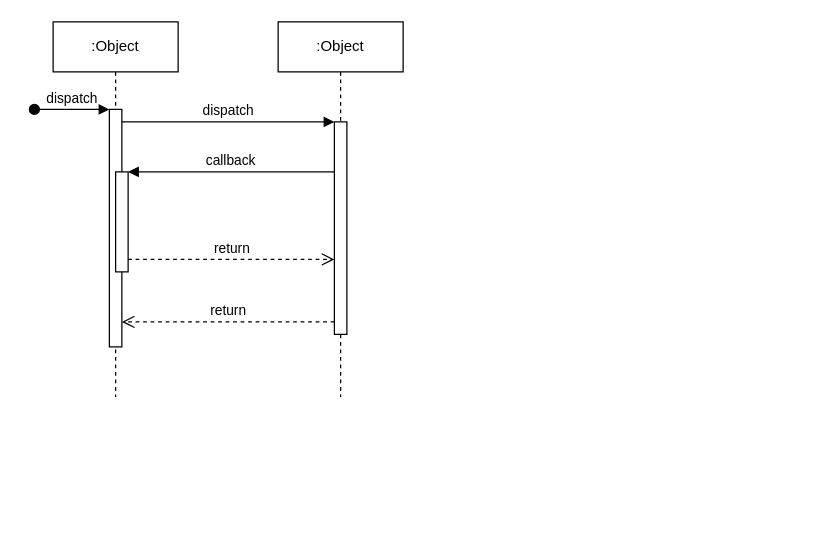
This is src/main/resources/deliverables/Acceso al gioco.drawio from matteovignocchi/ing-sw-2025-Vignocchi-Nedina-LoConte-LaVecchia, a draw.io file, before an edit. Source tidied: cells renumbered, new cells numbered last; positions are measured from the earlier drawing's top-left corner, leaving out a move shared by most shapes. Both pictures are drawn from the tidied source at 125%, with x=0, y=0 at pixel (34, 21).
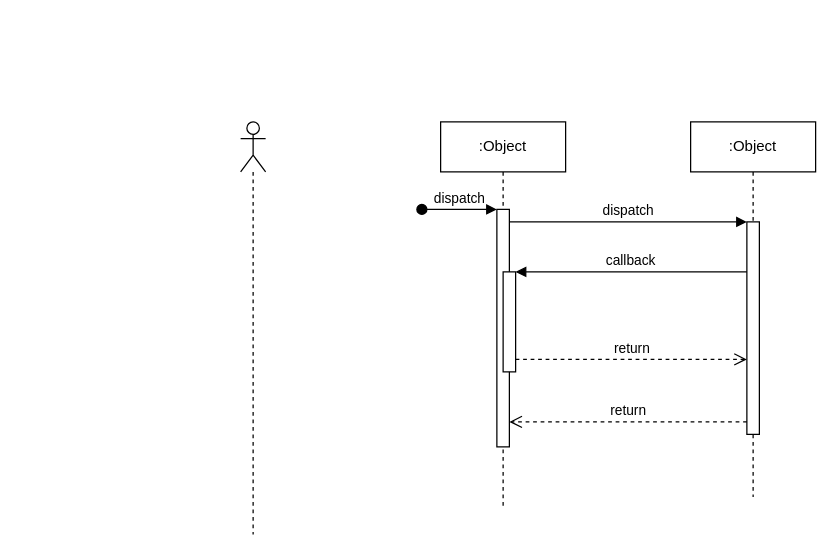
After the change.

Diff of the diagram source:
```diff
@@
 <mxGraphModel>
   <root>
     <mxCell id="0" />
     <mxCell id="1" parent="0" />
     <mxCell id="2" value=":Object" style="shape=umlLifeline;perimeter=lifelinePerimeter;whiteSpace=wrap;html=1;newEdgeStyle={&quot;edgeStyle&quot;:&quot;elbowEdgeStyle&quot;,&quot;elbow&quot;:&quot;vertical&quot;,&quot;curved&quot;:0,&quot;rounded&quot;:0};" parent="1" vertex="1">
-      <mxGeometry x="15" width="100" height="300" as="geometry" />
+      <mxGeometry x="325" y="80" width="100" height="310" as="geometry" />
     </mxCell>
     <mxCell id="3" style="html=1;points=[];perimeter=orthogonalPerimeter;outlineConnect=0;targetShapes=umlLifeline;portConstraint=eastwest;newEdgeStyle={&quot;edgeStyle&quot;:&quot;elbowEdgeStyle&quot;,&quot;elbow&quot;:&quot;vertical&quot;,&quot;curved&quot;:0,&quot;rounded&quot;:0};" parent="2" vertex="1">
       <mxGeometry x="45" y="70" width="10" height="190" as="geometry" />
     </mxCell>
     <mxCell id="4" value="dispatch" style="html=1;verticalAlign=bottom;startArrow=oval;endArrow=block;startSize=8;edgeStyle=elbowEdgeStyle;elbow=vertical;curved=0;rounded=0;" parent="2" edge="1" target="3">
       <mxGeometry relative="1" as="geometry">
         <mxPoint x="-15" y="70" as="sourcePoint" />
       </mxGeometry>
     </mxCell>
     <mxCell id="5" style="html=1;points=[];perimeter=orthogonalPerimeter;outlineConnect=0;targetShapes=umlLifeline;portConstraint=eastwest;newEdgeStyle={&quot;edgeStyle&quot;:&quot;elbowEdgeStyle&quot;,&quot;elbow&quot;:&quot;vertical&quot;,&quot;curved&quot;:0,&quot;rounded&quot;:0};" parent="2" vertex="1">
       <mxGeometry x="50" y="120" width="10" height="80" as="geometry" />
     </mxCell>
     <mxCell id="6" value=":Object" style="shape=umlLifeline;perimeter=lifelinePerimeter;whiteSpace=wrap;html=1;newEdgeStyle={&quot;edgeStyle&quot;:&quot;elbowEdgeStyle&quot;,&quot;elbow&quot;:&quot;vertical&quot;,&quot;curved&quot;:0,&quot;rounded&quot;:0};" parent="1" vertex="1">
-      <mxGeometry x="195" width="100" height="300" as="geometry" />
+      <mxGeometry x="525" y="80" width="100" height="300" as="geometry" />
     </mxCell>
     <mxCell id="7" style="html=1;points=[];perimeter=orthogonalPerimeter;outlineConnect=0;targetShapes=umlLifeline;portConstraint=eastwest;newEdgeStyle={&quot;edgeStyle&quot;:&quot;elbowEdgeStyle&quot;,&quot;elbow&quot;:&quot;vertical&quot;,&quot;curved&quot;:0,&quot;rounded&quot;:0};" parent="6" vertex="1">
       <mxGeometry x="45" y="80" width="10" height="170" as="geometry" />
     </mxCell>
     <mxCell id="8" value="dispatch" style="html=1;verticalAlign=bottom;endArrow=block;edgeStyle=elbowEdgeStyle;elbow=vertical;curved=0;rounded=0;" parent="1" edge="1" source="3" target="7">
       <mxGeometry relative="1" as="geometry">
         <Array as="points">
-          <mxPoint x="155" y="80" />
+          <mxPoint x="485" y="160" />
         </Array>
       </mxGeometry>
     </mxCell>
     <mxCell id="9" value="return" style="html=1;verticalAlign=bottom;endArrow=open;dashed=1;endSize=8;edgeStyle=elbowEdgeStyle;elbow=vertical;curved=0;rounded=0;" parent="1" edge="1" source="7" target="3">
       <mxGeometry relative="1" as="geometry">
         <Array as="points">
-          <mxPoint x="165" y="240" />
+          <mxPoint x="495" y="320" />
         </Array>
       </mxGeometry>
     </mxCell>
     <mxCell id="10" value="callback" style="html=1;verticalAlign=bottom;endArrow=block;edgeStyle=elbowEdgeStyle;elbow=vertical;curved=0;rounded=0;" parent="1" edge="1" source="7" target="5">
       <mxGeometry relative="1" as="geometry">
         <Array as="points">
-          <mxPoint x="165" y="120" />
+          <mxPoint x="495" y="200" />
         </Array>
       </mxGeometry>
     </mxCell>
     <mxCell id="11" value="return" style="html=1;verticalAlign=bottom;endArrow=open;dashed=1;endSize=8;edgeStyle=elbowEdgeStyle;elbow=vertical;curved=0;rounded=0;" parent="1" edge="1" source="5" target="7">
       <mxGeometry relative="1" as="geometry">
         <Array as="points">
-          <mxPoint x="155" y="190" />
+          <mxPoint x="485" y="270" />
         </Array>
       </mxGeometry>
     </mxCell>
+    <mxCell id="12" style="shape=umlLifeline;perimeter=lifelinePerimeter;whiteSpace=wrap;html=1;newEdgeStyle={&quot;curved&quot;:0,&quot;rounded&quot;:0};participant=umlActor;" parent="1" vertex="1">
+      <mxGeometry x="165" y="80" width="20" height="330" as="geometry" />
+    </mxCell>
   </root>
 </mxGraphModel>
```
